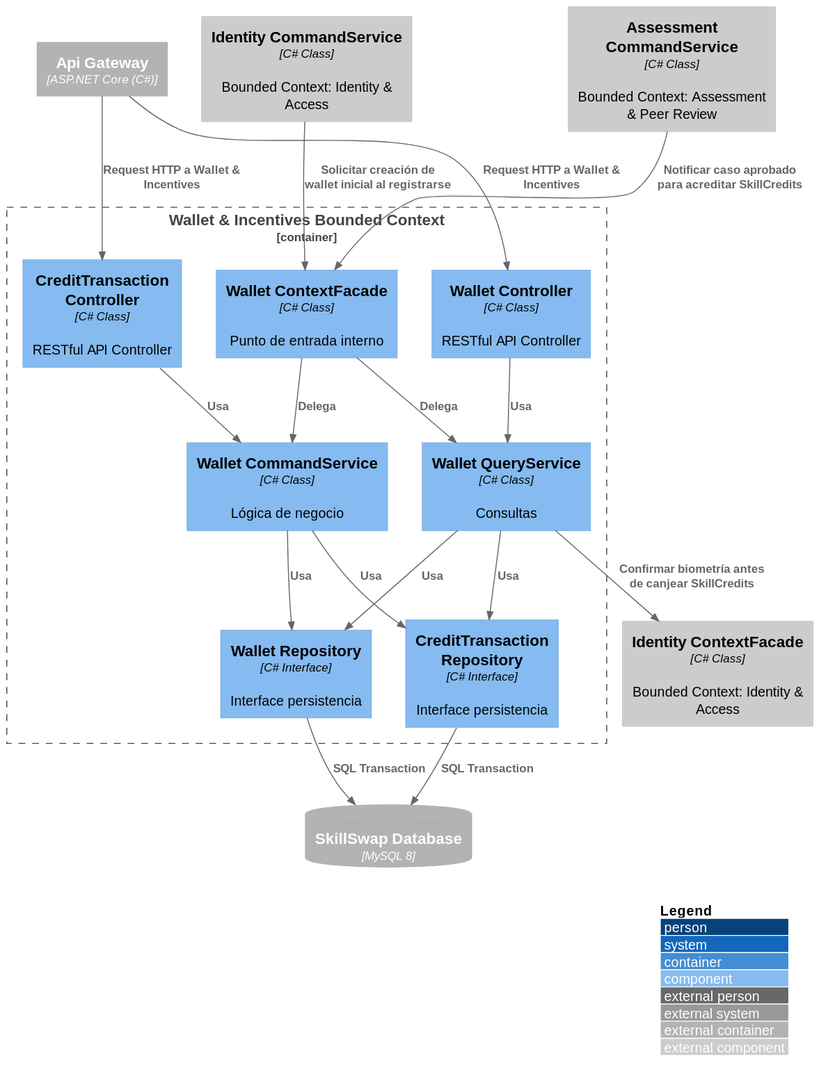
The PlantUML diagram images-doc/WalletIncentivesComponent.svg in Aplicaciones-Dispositivos-Moviles/SkillSwap-ProjectReport, before a commit.
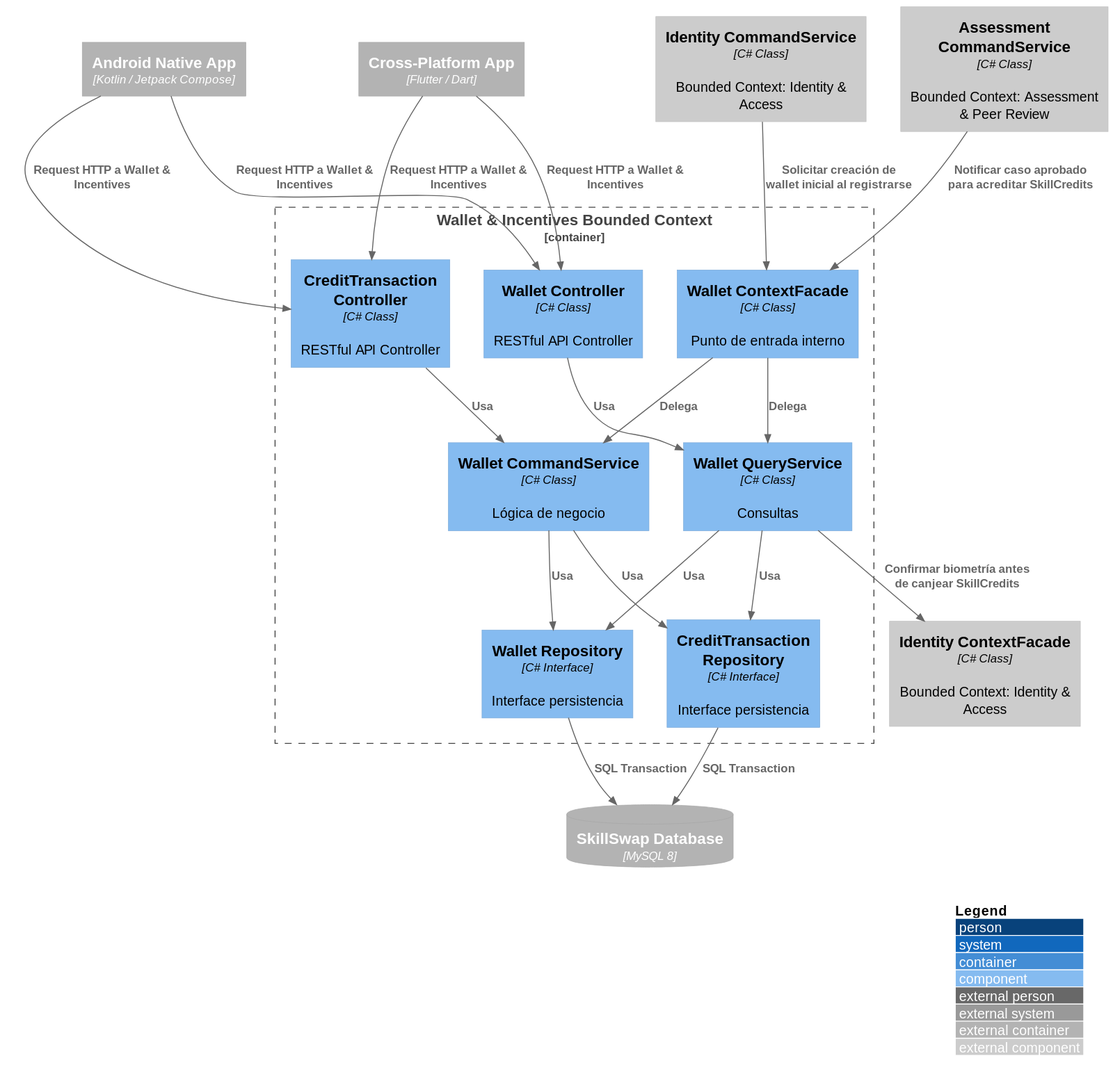
After the change.

Change to the diagram source:
```diff
@@ -3,7 +3,8 @@
 
 LAYOUT_WITH_LEGEND()
 
-Container_Ext(apiGateway, "Api Gateway", "ASP.NET Core (C#)")
+Container_Ext(androidApp, "Android Native App", "Kotlin / Jetpack Compose")
+Container_Ext(flutterApp, "Cross-Platform App", "Flutter / Dart")
 ContainerDb_Ext(mainDB, "SkillSwap Database", "MySQL 8")
 
 Container_Boundary(walletBC, "Wallet & Incentives Bounded Context") {
@@ -20,8 +21,11 @@
 Component_Ext(identityContextFacade, "Identity ContextFacade", "C# Class", "Bounded Context: Identity & Access")
 Component_Ext(assessmentCommandService, "Assessment CommandService", "C# Class", "Bounded Context: Assessment & Peer Review")
 
-Rel(apiGateway, walletController, "Request HTTP a Wallet & Incentives")
-Rel(apiGateway, creditTransactionController, "Request HTTP a Wallet & Incentives")
+Rel(androidApp, walletController, "Request HTTP a Wallet & Incentives")
+Rel(flutterApp, walletController, "Request HTTP a Wallet & Incentives")
+Rel(androidApp, creditTransactionController, "Request HTTP a Wallet & Incentives")
+Rel(flutterApp, creditTransactionController, "Request HTTP a Wallet & Incentives")
+
 Rel(walletController, walletQueryService, "Usa")
 Rel(creditTransactionController, walletCommandService, "Usa")
 
```
